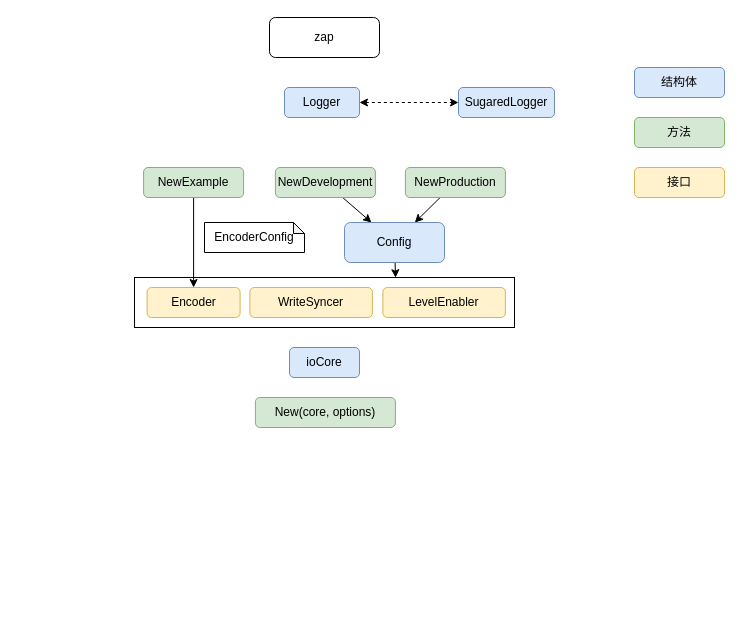
Before: zap.drawio in zhangfuli/draw.io, a draw.io diagram. Source tidied: cells renumbered, new cells numbered last; positions are measured from the earlier drawing's top-left corner, leaving out a move shared by most shapes. Both pictures are drawn from the tidied source at 100%, with x=0, y=0 at pixel (134, 17).
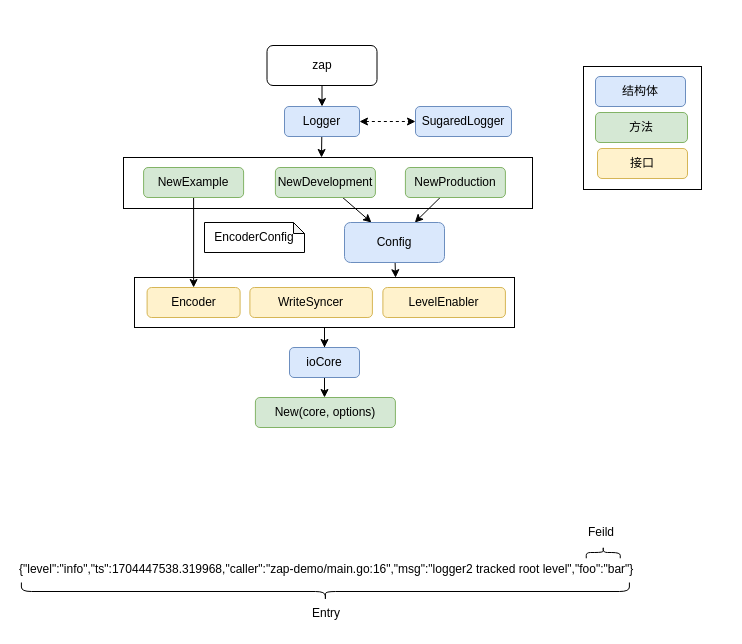
The same page after the edit.

The change refers to these unchanged cells:
```xml
<mxCell id="2" style="rounded=0;whiteSpace=wrap;html=1;" parent="1" vertex="1">
  <mxGeometry y="260" width="380" height="50" as="geometry" />
</mxCell>
<mxCell id="13" value="New(core, options)" style="rounded=1;whiteSpace=wrap;html=1;fillColor=#d5e8d4;strokeColor=#82b366;" parent="1" vertex="1">
  <mxGeometry x="120.9" y="380" width="140" height="30" as="geometry" />
</mxCell>
<mxCell id="18" value="ioCore" style="rounded=1;whiteSpace=wrap;html=1;fillColor=#dae8fc;strokeColor=#6c8ebf;" parent="1" vertex="1">
  <mxGeometry x="155" y="330" width="70" height="30" as="geometry" />
</mxCell>
```

What changed in the source:
```diff
@@
+    <mxCell id="24" style="rounded=0;whiteSpace=wrap;html=1;" parent="1" vertex="1">
+      <mxGeometry x="449" y="49" width="118" height="123" as="geometry" />
+    </mxCell>
+    <mxCell id="25" style="rounded=0;whiteSpace=wrap;html=1;" parent="1" vertex="1">
+      <mxGeometry x="-11" y="140" width="409" height="51" as="geometry" />
+    </mxCell>
+    <mxCell id="26" style="edgeStyle=orthogonalEdgeStyle;rounded=0;jettySize=auto;html=1;" parent="1" edge="1" source="2" target="18">
+      <mxGeometry relative="1" as="geometry" />
+    </mxCell>
@@
+    <mxCell id="27" style="rounded=0;jettySize=auto;html=1;entryX=0.5;entryY=0;entryDx=0;entryDy=0;" parent="1" edge="1" source="3" target="4">
+      <mxGeometry relative="1" as="geometry" />
+    </mxCell>
     <mxCell id="3" value="zap" style="rounded=1;whiteSpace=wrap;html=1;" parent="1" vertex="1">
-      <mxGeometry x="135" width="110" height="40" as="geometry" />
+      <mxGeometry x="132.5" y="28" width="110" height="40" as="geometry" />
     </mxCell>
+    <mxCell id="28" style="rounded=0;jettySize=auto;html=1;" parent="1" edge="1" source="4">
+      <mxGeometry relative="1" as="geometry">
+        <mxPoint x="187" y="140" as="targetPoint" />
+      </mxGeometry>
+    </mxCell>
     <mxCell id="4" value="Logger" style="rounded=1;whiteSpace=wrap;html=1;fillColor=#dae8fc;strokeColor=#6c8ebf;" parent="1" vertex="1">
-      <mxGeometry x="150" y="70" width="75" height="30" as="geometry" />
+      <mxGeometry x="150" y="89" width="75" height="30" as="geometry" />
     </mxCell>
     <mxCell id="5" value="SugaredLogger" style="rounded=1;whiteSpace=wrap;html=1;fillColor=#dae8fc;strokeColor=#6c8ebf;" parent="1" vertex="1">
-      <mxGeometry x="324" y="70" width="96" height="30" as="geometry" />
+      <mxGeometry x="281" y="89" width="96" height="30" as="geometry" />
     </mxCell>
     <mxCell id="6" value="结构体" style="rounded=1;whiteSpace=wrap;html=1;fillColor=#dae8fc;strokeColor=#6c8ebf;" parent="1" vertex="1">
-      <mxGeometry x="500" y="50" width="90" height="30" as="geometry" />
+      <mxGeometry x="461" y="59" width="90" height="30" as="geometry" />
     </mxCell>
@@
+    <mxCell id="29" style="edgeStyle=orthogonalEdgeStyle;rounded=0;jettySize=auto;html=1;" parent="1" edge="1" source="18" target="13">
+      <mxGeometry relative="1" as="geometry" />
+    </mxCell>
@@
-    <mxCell id="19" value="方法" style="rounded=1;whiteSpace=wrap;html=1;fillColor=#d5e8d4;strokeColor=#82b366;" parent="1" vertex="1">
-      <mxGeometry x="500" y="100" width="90" height="30" as="geometry" />
-    </mxCell>
@@
     <mxCell id="23" value="接口" style="rounded=1;whiteSpace=wrap;html=1;fillColor=#fff2cc;strokeColor=#d6b656;" parent="1" vertex="1">
-      <mxGeometry x="500" y="150" width="90" height="30" as="geometry" />
+      <mxGeometry x="463" y="131" width="90" height="30" as="geometry" />
     </mxCell>
+    <mxCell id="19" value="方法" style="rounded=1;whiteSpace=wrap;html=1;fillColor=#d5e8d4;strokeColor=#82b366;" parent="1" vertex="1">
+      <mxGeometry x="461" y="95" width="92" height="30" as="geometry" />
+    </mxCell>
+    <mxCell id="30" value="{&quot;level&quot;:&quot;info&quot;,&quot;ts&quot;:1704447538.319968,&quot;caller&quot;:&quot;zap-demo/main.go:16&quot;,&quot;msg&quot;:&quot;logger2 tracked root level&quot;,&quot;foo&quot;:&quot;bar&quot;}" style="text;whiteSpace=wrap;" parent="1" vertex="1">
+      <mxGeometry x="-117" y="538" width="621" height="26.6" as="geometry" />
+    </mxCell>
+    <mxCell id="31" style="shape=curlyBracket;whiteSpace=wrap;html=1;rounded=1;labelPosition=left;verticalLabelPosition=middle;align=right;verticalAlign=middle;rotation=-90;size=0.5;" parent="1" vertex="1">
+      <mxGeometry x="181.9" y="270" width="18" height="608" as="geometry" />
+    </mxCell>
+    <mxCell id="32" value="Entry" style="text;whiteSpace=wrap;" parent="1" vertex="1">
+      <mxGeometry x="176.4" y="582" width="34.1" height="27.1" as="geometry" />
+    </mxCell>
+    <mxCell id="33" style="shape=curlyBracket;whiteSpace=wrap;html=1;rounded=1;labelPosition=left;verticalLabelPosition=middle;align=right;verticalAlign=middle;rotation=90;size=0.5;" parent="1" vertex="1">
+      <mxGeometry x="463" y="518" width="11.5" height="34" as="geometry" />
+    </mxCell>
+    <mxCell id="34" value="Feild" style="text;whiteSpace=wrap;" parent="1" vertex="1">
+      <mxGeometry x="451.7" y="501" width="34.1" height="27.1" as="geometry" />
+    </mxCell>
```
